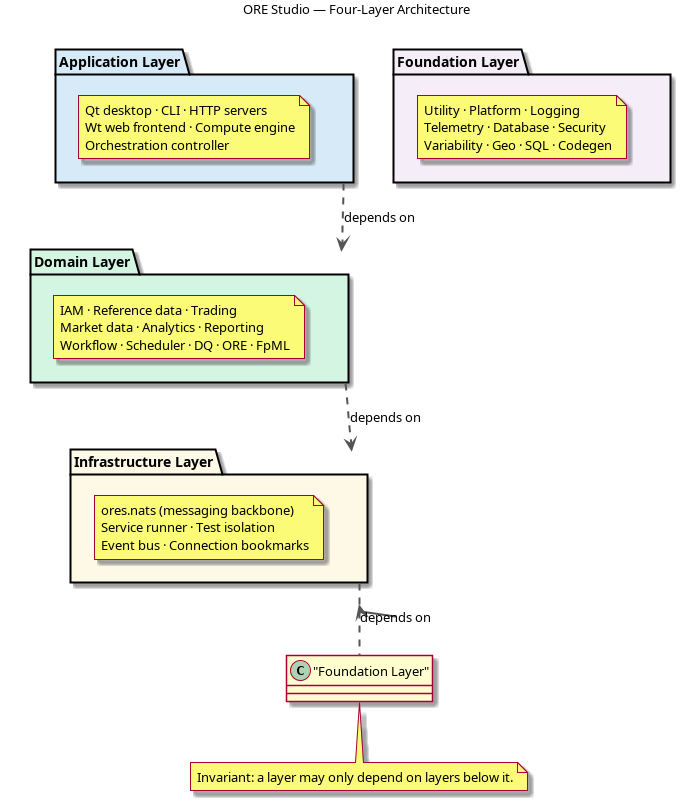
Earlier version of the PlantUML export projects/modeling/architecture_layers.png (OreStudio/OreStudio). Its source is kept beside it as projects/modeling/architecture_layers.puml. Source of this version:
```plantuml
@startuml
!pragma layout smetana

skinparam defaultFontSize 13
skinparam packageFontSize 14
skinparam packageBorderThickness 2
skinparam arrowThickness 2
skinparam arrowColor #555555

title ORE Studio — Four-Layer Architecture

package "Application Layer" #D6EAF8 {
    note as AppNote
      Qt desktop · CLI · HTTP servers
      Wt web frontend · Compute engine
      Orchestration controller
    end note
}

package "Domain Layer" #D5F5E3 {
    note as DomainNote
      IAM · Reference data · Trading
      Market data · Analytics · Reporting
      Workflow · Scheduler · DQ · ORE · FpML
    end note
}

package "Infrastructure Layer" #FEF9E7 {
    note as InfraNote
      ores.nats (messaging backbone)
      Service runner · Test isolation
      Event bus · Connection bookmarks
    end note
}

package "Foundation Layer" #F5EEF8 {
    note as FoundNote
      Utility · Platform · Logging
      Telemetry · Database · Security
      Variability · Geo · SQL · Codegen
    end note
}

"Application Layer" -[hidden]-> "Domain Layer"
"Domain Layer" -[hidden]-> "Infrastructure Layer"
"Infrastructure Layer" -[hidden]-> "Foundation Layer"

"Application Layer" ..> "Domain Layer" : depends on
"Domain Layer" ..> "Infrastructure Layer" : depends on
"Infrastructure Layer" ..> "Foundation Layer" : depends on

note bottom of "Foundation Layer"
  Invariant: a layer may only depend on layers below it.
end note

@enduml
```
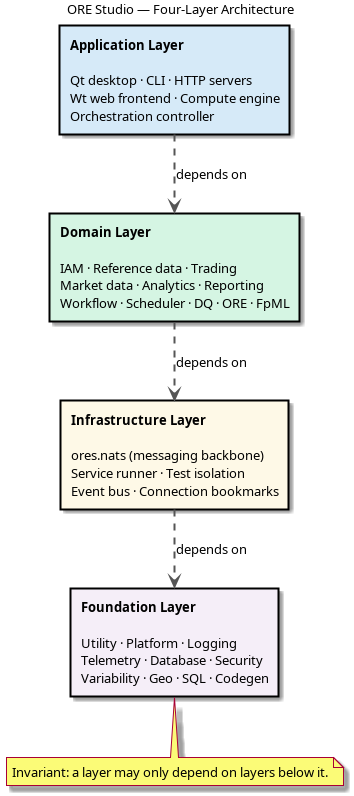
After the commit.

Commit message:
[modeling,agile] Move split-layers task to system_model_readability; fix PUML diagram; simplify system_model.org headings

Change to the diagram source:
```diff
@@ -2,54 +2,27 @@
 !pragma layout smetana
 
 skinparam defaultFontSize 13
-skinparam packageFontSize 14
-skinparam packageBorderThickness 2
 skinparam arrowThickness 2
 skinparam arrowColor #555555
+skinparam rectangleBorderThickness 2
+skinparam rectangleFontSize 13
 
 title ORE Studio — Four-Layer Architecture
 
-package "Application Layer" #D6EAF8 {
-    note as AppNote
-      Qt desktop · CLI · HTTP servers
-      Wt web frontend · Compute engine
-      Orchestration controller
-    end note
-}
+rectangle "**Application Layer**\n\nQt desktop · CLI · HTTP servers\nWt web frontend · Compute engine\nOrchestration controller" as APP #D6EAF8
+rectangle "**Domain Layer**\n\nIAM · Reference data · Trading\nMarket data · Analytics · Reporting\nWorkflow · Scheduler · DQ · ORE · FpML" as DOM #D5F5E3
+rectangle "**Infrastructure Layer**\n\nores.nats (messaging backbone)\nService runner · Test isolation\nEvent bus · Connection bookmarks" as INFRA #FEF9E7
+rectangle "**Foundation Layer**\n\nUtility · Platform · Logging\nTelemetry · Database · Security\nVariability · Geo · SQL · Codegen" as FOUND #F5EEF8
 
-package "Domain Layer" #D5F5E3 {
-    note as DomainNote
-      IAM · Reference data · Trading
-      Market data · Analytics · Reporting
-      Workflow · Scheduler · DQ · ORE · FpML
-    end note
-}
+APP -[hidden]-> DOM
+DOM -[hidden]-> INFRA
+INFRA -[hidden]-> FOUND
 
-package "Infrastructure Layer" #FEF9E7 {
-    note as InfraNote
-      ores.nats (messaging backbone)
-      Service runner · Test isolation
-      Event bus · Connection bookmarks
-    end note
-}
+APP ..> DOM : depends on
+DOM ..> INFRA : depends on
+INFRA ..> FOUND : depends on
 
-package "Foundation Layer" #F5EEF8 {
-    note as FoundNote
-      Utility · Platform · Logging
-      Telemetry · Database · Security
-      Variability · Geo · SQL · Codegen
-    end note
-}
-
-"Application Layer" -[hidden]-> "Domain Layer"
-"Domain Layer" -[hidden]-> "Infrastructure Layer"
-"Infrastructure Layer" -[hidden]-> "Foundation Layer"
-
-"Application Layer" ..> "Domain Layer" : depends on
-"Domain Layer" ..> "Infrastructure Layer" : depends on
-"Infrastructure Layer" ..> "Foundation Layer" : depends on
-
-note bottom of "Foundation Layer"
+note bottom of FOUND
   Invariant: a layer may only depend on layers below it.
 end note
 
```
